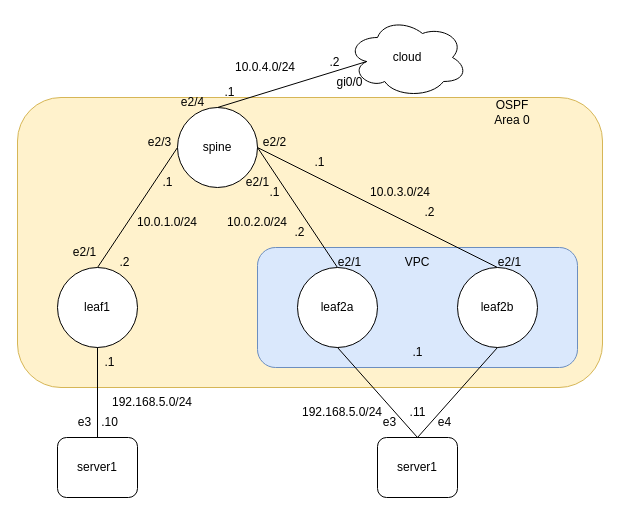
martyrsmith/martyrsmith.github.io keeps this draw.io diagram as source/_posts/vxlan-simple/vxlan-simple.drawio. Above is the earlier version. Source tidied: cells renumbered, new cells numbered last; positions are measured from the earlier drawing's top-left corner, leaving out a move shared by most shapes. Both pictures are drawn from the tidied source at 100%, with x=0, y=0 at pixel (17, 17).
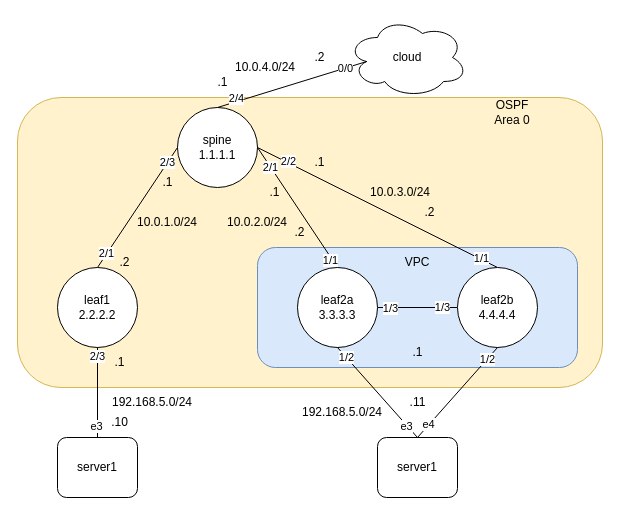
The same diagram, later.

The change refers to these unchanged cells:
```xml
<mxCell id="5" style="rounded=0;jettySize=auto;html=1;exitX=0.5;exitY=0;exitDx=0;exitDy=0;entryX=0;entryY=0.5;entryDx=0;entryDy=0;endArrow=none;endFill=0;" parent="1" edge="1" source="6" target="4">
  <mxGeometry relative="1" as="geometry" />
</mxCell>
<mxCell id="7" style="rounded=0;jettySize=auto;html=1;exitX=0.5;exitY=0;exitDx=0;exitDy=0;entryX=1;entryY=0.5;entryDx=0;entryDy=0;endArrow=none;endFill=0;" parent="1" edge="1" source="8" target="4">
  <mxGeometry relative="1" as="geometry" />
</mxCell>
<mxCell id="9" style="rounded=0;jettySize=auto;html=1;exitX=0.5;exitY=0;exitDx=0;exitDy=0;entryX=1;entryY=0.5;entryDx=0;entryDy=0;endArrow=none;endFill=0;" parent="1" edge="1" source="10" target="4">
  <mxGeometry relative="1" as="geometry" />
</mxCell>
<mxCell id="11" style="edgeStyle=none;rounded=0;jettySize=auto;html=1;exitX=0.5;exitY=0;exitDx=0;exitDy=0;entryX=0.5;entryY=1;entryDx=0;entryDy=0;endArrow=none;endFill=0;" parent="1" edge="1" source="12" target="6">
  <mxGeometry relative="1" as="geometry" />
</mxCell>
<mxCell id="13" style="edgeStyle=none;rounded=0;jettySize=auto;html=1;exitX=0.5;exitY=0;exitDx=0;exitDy=0;entryX=0.5;entryY=1;entryDx=0;entryDy=0;endArrow=none;endFill=0;" parent="1" edge="1" source="15" target="8">
  <mxGeometry relative="1" as="geometry" />
</mxCell>
<mxCell id="14" style="edgeStyle=none;rounded=0;jettySize=auto;html=1;exitX=0.5;exitY=0;exitDx=0;exitDy=0;entryX=0.5;entryY=1;entryDx=0;entryDy=0;endArrow=none;endFill=0;" parent="1" edge="1" source="15" target="10">
  <mxGeometry relative="1" as="geometry" />
</mxCell>
<mxCell id="17" style="endArrow=none;html=1;rounded=0;entryX=0.16;entryY=0.55;entryDx=0;entryDy=0;entryPerimeter=0;exitX=0.5;exitY=0;exitDx=0;exitDy=0;" parent="1" edge="1" source="4" target="16">
  <mxGeometry relative="1" as="geometry" />
</mxCell>
```

What changed in the source:
```diff
@@
-    <mxCell id="4" value="spine" style="ellipse;whiteSpace=wrap;html=1;" parent="1" vertex="1">
+    <mxCell id="4" value="spine&lt;br&gt;1.1.1.1" style="ellipse;whiteSpace=wrap;html=1;" parent="1" vertex="1">
       <mxGeometry x="160" y="90" width="80" height="80" as="geometry" />
     </mxCell>
@@
+    <mxCell id="49" value="2/1" style="edgeLabel;html=1;align=center;verticalAlign=middle;" parent="5" vertex="1">
+      <mxGeometry x="-0.77" y="1" relative="1" as="geometry" />
+    </mxCell>
+    <mxCell id="50" value="2/3" style="edgeLabel;html=1;align=center;verticalAlign=middle;" parent="5" vertex="1">
+      <mxGeometry x="0.75" y="1" relative="1" as="geometry" />
+    </mxCell>
-    <mxCell id="6" value="leaf1" style="ellipse;whiteSpace=wrap;html=1;" parent="1" vertex="1">
+    <mxCell id="6" value="leaf1&lt;br&gt;2.2.2.2" style="ellipse;whiteSpace=wrap;html=1;" parent="1" vertex="1">
       <mxGeometry x="40" y="250" width="80" height="80" as="geometry" />
     </mxCell>
@@
+    <mxCell id="51" value="1/1" style="edgeLabel;html=1;align=center;verticalAlign=middle;" parent="7" vertex="1">
+      <mxGeometry x="-0.86" y="2" relative="1" as="geometry" />
+    </mxCell>
+    <mxCell id="52" value="2/1" style="edgeLabel;html=1;align=center;verticalAlign=middle;" parent="7" vertex="1">
+      <mxGeometry x="0.68" y="1" relative="1" as="geometry" />
+    </mxCell>
+    <mxCell id="53" style="edgeStyle=none;rounded=0;jettySize=auto;html=1;exitX=1;exitY=0.5;exitDx=0;exitDy=0;endArrow=none;endFill=0;" parent="1" edge="1" source="8" target="10">
+      <mxGeometry relative="1" as="geometry" />
+    </mxCell>
+    <mxCell id="54" value="1/3" style="edgeLabel;html=1;align=center;verticalAlign=middle;" parent="53" vertex="1">
+      <mxGeometry x="-0.69" relative="1" as="geometry" />
+    </mxCell>
+    <mxCell id="55" value="1/3" style="edgeLabel;html=1;align=center;verticalAlign=middle;" parent="53" vertex="1">
+      <mxGeometry x="0.61" y="1" relative="1" as="geometry" />
+    </mxCell>
-    <mxCell id="8" value="leaf2a" style="ellipse;whiteSpace=wrap;html=1;" parent="1" vertex="1">
+    <mxCell id="8" value="leaf2a&lt;br&gt;3.3.3.3" style="ellipse;whiteSpace=wrap;html=1;" parent="1" vertex="1">
       <mxGeometry x="280" y="250" width="80" height="80" as="geometry" />
     </mxCell>
@@
+    <mxCell id="56" value="1/1" style="edgeLabel;html=1;align=center;verticalAlign=middle;" parent="9" vertex="1">
+      <mxGeometry x="-0.86" y="-1" relative="1" as="geometry" />
+    </mxCell>
+    <mxCell id="57" value="2/2" style="edgeLabel;html=1;align=center;verticalAlign=middle;" parent="9" vertex="1">
+      <mxGeometry x="0.75" y="-2" relative="1" as="geometry" />
+    </mxCell>
-    <mxCell id="10" value="leaf2b" style="ellipse;whiteSpace=wrap;html=1;" parent="1" vertex="1">
+    <mxCell id="10" value="leaf2b&lt;br&gt;4.4.4.4" style="ellipse;whiteSpace=wrap;html=1;" parent="1" vertex="1">
       <mxGeometry x="440" y="250" width="80" height="80" as="geometry" />
     </mxCell>
@@
+    <mxCell id="58" value="e3" style="edgeLabel;html=1;align=center;verticalAlign=middle;" parent="11" vertex="1">
+      <mxGeometry x="-0.73" y="2" relative="1" as="geometry" />
+    </mxCell>
+    <mxCell id="59" value="2/3" style="edgeLabel;html=1;align=center;verticalAlign=middle;" parent="11" vertex="1">
+      <mxGeometry x="0.82" y="1" relative="1" as="geometry" />
+    </mxCell>
@@
+    <mxCell id="60" value="e3" style="edgeLabel;html=1;align=center;verticalAlign=middle;" parent="13" vertex="1">
+      <mxGeometry x="-0.73" y="1" relative="1" as="geometry" />
+    </mxCell>
+    <mxCell id="61" value="1/2" style="edgeLabel;html=1;align=center;verticalAlign=middle;" parent="13" vertex="1">
+      <mxGeometry x="0.8" relative="1" as="geometry" />
+    </mxCell>
@@
+    <mxCell id="48" value="e4" style="edgeLabel;html=1;align=center;verticalAlign=middle;" parent="14" vertex="1">
+      <mxGeometry x="-0.72" y="1" relative="1" as="geometry" />
+    </mxCell>
+    <mxCell id="62" value="1/2" style="edgeLabel;html=1;align=center;verticalAlign=middle;" parent="14" vertex="1">
+      <mxGeometry x="0.74" relative="1" as="geometry" />
+    </mxCell>
@@
+    <mxCell id="63" value="2/4" style="edgeLabel;html=1;align=center;verticalAlign=middle;" parent="17" vertex="1">
+      <mxGeometry x="-0.36" y="2" relative="1" as="geometry">
+        <mxPoint x="-29" y="7" as="offset" />
+      </mxGeometry>
+    </mxCell>
+    <mxCell id="64" value="0/0" style="edgeLabel;html=1;align=center;verticalAlign=middle;" parent="17" vertex="1">
+      <mxGeometry x="0.7" relative="1" as="geometry" />
+    </mxCell>
@@
     <mxCell id="23" value=".1" style="text;html=1;strokeColor=none;fillColor=none;align=center;verticalAlign=middle;whiteSpace=wrap;rounded=0;" parent="1" vertex="1">
-      <mxGeometry x="80" y="330" width="25" height="30" as="geometry" />
+      <mxGeometry x="90" y="330" width="25" height="30" as="geometry" />
     </mxCell>
@@
     <mxCell id="27" value=".1" style="text;html=1;strokeColor=none;fillColor=none;align=center;verticalAlign=middle;whiteSpace=wrap;rounded=0;" parent="1" vertex="1">
-      <mxGeometry x="200" y="60" width="25" height="30" as="geometry" />
+      <mxGeometry x="193" y="50" width="25" height="30" as="geometry" />
     </mxCell>
@@
     <mxCell id="29" value=".2" style="text;html=1;strokeColor=none;fillColor=none;align=center;verticalAlign=middle;whiteSpace=wrap;rounded=0;" parent="1" vertex="1">
-      <mxGeometry x="305" y="30" width="25" height="30" as="geometry" />
+      <mxGeometry x="290" y="25" width="25" height="30" as="geometry" />
     </mxCell>
@@
     <mxCell id="33" value=".10" style="text;html=1;strokeColor=none;fillColor=none;align=center;verticalAlign=middle;whiteSpace=wrap;rounded=0;" parent="1" vertex="1">
-      <mxGeometry x="80" y="390" width="25" height="30" as="geometry" />
+      <mxGeometry x="90" y="390" width="25" height="30" as="geometry" />
     </mxCell>
     <mxCell id="34" value=".11" style="text;html=1;strokeColor=none;fillColor=none;align=center;verticalAlign=middle;whiteSpace=wrap;rounded=0;" parent="1" vertex="1">
-      <mxGeometry x="387.5" y="380" width="25" height="30" as="geometry" />
+      <mxGeometry x="387.5" y="370" width="25" height="30" as="geometry" />
     </mxCell>
@@
-    <mxCell id="38" value="e2/1" style="text;html=1;strokeColor=none;fillColor=none;align=center;verticalAlign=middle;whiteSpace=wrap;rounded=0;" parent="1" vertex="1">
-      <mxGeometry x="228" y="150" width="25" height="30" as="geometry" />
-    </mxCell>
-    <mxCell id="39" value="e2/2" style="text;html=1;strokeColor=none;fillColor=none;align=center;verticalAlign=middle;whiteSpace=wrap;rounded=0;" parent="1" vertex="1">
-      <mxGeometry x="245" y="110" width="25" height="30" as="geometry" />
-    </mxCell>
-    <mxCell id="40" value="e2/3" style="text;html=1;strokeColor=none;fillColor=none;align=center;verticalAlign=middle;whiteSpace=wrap;rounded=0;" parent="1" vertex="1">
-      <mxGeometry x="130" y="110" width="25" height="30" as="geometry" />
-    </mxCell>
-    <mxCell id="41" value="e2/1" style="text;html=1;strokeColor=none;fillColor=none;align=center;verticalAlign=middle;whiteSpace=wrap;rounded=0;" parent="1" vertex="1">
-      <mxGeometry x="320" y="230" width="25" height="30" as="geometry" />
-    </mxCell>
-    <mxCell id="42" value="e2/1" style="text;html=1;strokeColor=none;fillColor=none;align=center;verticalAlign=middle;whiteSpace=wrap;rounded=0;" parent="1" vertex="1">
-      <mxGeometry x="480" y="230" width="25" height="30" as="geometry" />
-    </mxCell>
-    <mxCell id="43" value="e2/1" style="text;html=1;strokeColor=none;fillColor=none;align=center;verticalAlign=middle;whiteSpace=wrap;rounded=0;" parent="1" vertex="1">
-      <mxGeometry x="55" y="220" width="25" height="30" as="geometry" />
-    </mxCell>
-    <mxCell id="44" value="e2/4" style="text;html=1;strokeColor=none;fillColor=none;align=center;verticalAlign=middle;whiteSpace=wrap;rounded=0;" parent="1" vertex="1">
-      <mxGeometry x="162.5" y="70" width="25" height="30" as="geometry" />
-    </mxCell>
-    <mxCell id="45" value="gi0/0" style="text;html=1;strokeColor=none;fillColor=none;align=center;verticalAlign=middle;whiteSpace=wrap;rounded=0;" parent="1" vertex="1">
-      <mxGeometry x="320" y="50" width="25" height="30" as="geometry" />
-    </mxCell>
-    <mxCell id="46" value="e3" style="text;html=1;strokeColor=none;fillColor=none;align=center;verticalAlign=middle;whiteSpace=wrap;rounded=0;" parent="1" vertex="1">
-      <mxGeometry x="55" y="390" width="25" height="30" as="geometry" />
-    </mxCell>
-    <mxCell id="47" value="e3" style="text;html=1;strokeColor=none;fillColor=none;align=center;verticalAlign=middle;whiteSpace=wrap;rounded=0;" parent="1" vertex="1">
-      <mxGeometry x="360" y="390" width="25" height="30" as="geometry" />
-    </mxCell>
-    <mxCell id="48" value="e4" style="text;html=1;strokeColor=none;fillColor=none;align=center;verticalAlign=middle;whiteSpace=wrap;rounded=0;" parent="1" vertex="1">
-      <mxGeometry x="415" y="390" width="25" height="30" as="geometry" />
-    </mxCell>
```
